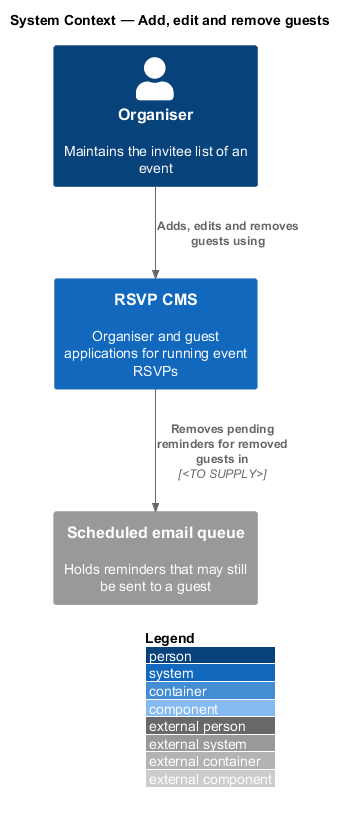
The PlantUML diagram docs/detailed-designs/guests/manage-guest/diagrams/c4-context.png in QuinntyneBrown/rsvp-cms, before a commit. The source it was exported from:
```plantuml
@startuml
!include <C4/C4_Component>
LAYOUT_WITH_LEGEND()
title System Context — Add, edit and remove guests

Person(organiser, "Organiser", "Maintains the invitee list of an event")
System(cms, "RSVP CMS", "Organiser and guest applications for running event RSVPs")
System_Ext(email, "Scheduled email queue", "Holds reminders that may still be sent to a guest")

Rel(organiser, cms, "Adds, edits and removes guests using")
Rel(cms, email, "Removes pending reminders for removed guests in", "<TO SUPPLY>")
@enduml
```
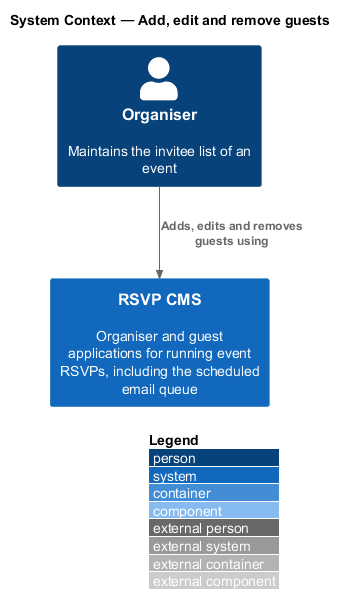
The same file after the commit.

Diff of the diagram source:
```diff
@@ -4,9 +4,7 @@
 title System Context — Add, edit and remove guests
 
 Person(organiser, "Organiser", "Maintains the invitee list of an event")
-System(cms, "RSVP CMS", "Organiser and guest applications for running event RSVPs")
-System_Ext(email, "Scheduled email queue", "Holds reminders that may still be sent to a guest")
+System(cms, "RSVP CMS", "Organiser and guest applications for running event RSVPs, including the scheduled email queue")
 
 Rel(organiser, cms, "Adds, edits and removes guests using")
-Rel(cms, email, "Removes pending reminders for removed guests in", "<TO SUPPLY>")
 @enduml
```
